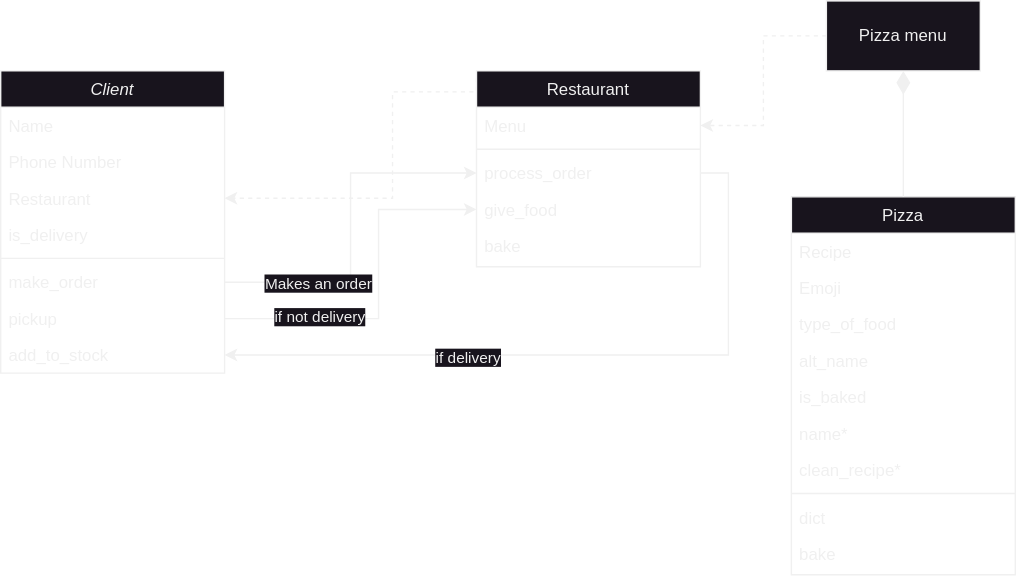
The draw.io diagram pictures/class_diagram.svg in pyrogn/pizza_test, before a commit. Source tidied: cells renumbered, new cells last; positions are measured from the earlier drawing's top-left corner, leaving out a move shared by most shapes.
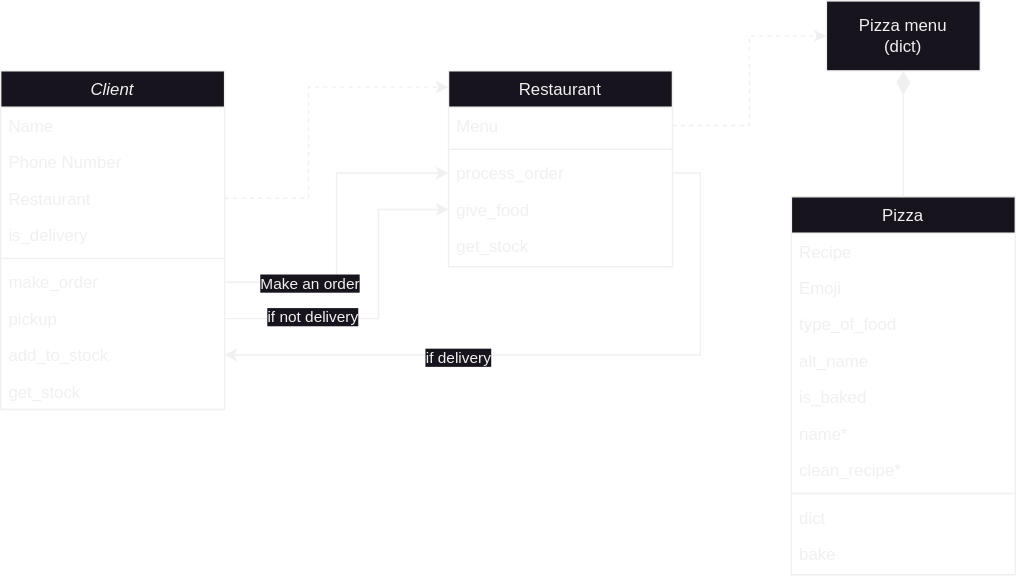
Later version of the same file.

Change to the diagram source:
```diff
@@ -5,11 +5,11 @@
     <mxCell id="2" style="edgeStyle=orthogonalEdgeStyle;rounded=0;jettySize=auto;html=1;entryX=0;entryY=0.5;entryDx=0;entryDy=0;exitX=1;exitY=0.5;exitDx=0;exitDy=0;" parent="1" edge="1" source="10" target="28">
       <mxGeometry relative="1" as="geometry" />
     </mxCell>
-    <mxCell id="3" value="Makes an order" style="edgeLabel;html=1;align=center;verticalAlign=middle;" parent="2" vertex="1">
+    <mxCell id="3" value="Make&amp;nbsp;an order" style="edgeLabel;html=1;align=center;verticalAlign=middle;" parent="2" vertex="1">
       <mxGeometry x="-0.49" relative="1" as="geometry" />
     </mxCell>
     <mxCell id="4" value="Client" style="swimlane;fontStyle=2;align=center;verticalAlign=top;horizontal=1;startSize=26;rounded=0;shadow=0;strokeWidth=1;" parent="1" vertex="1">
-      <mxGeometry y="50" width="160" height="216" as="geometry" />
+      <mxGeometry y="50" width="160" height="242" as="geometry" />
     </mxCell>
     <mxCell id="5" value="Name" style="text;align=left;verticalAlign=top;spacingLeft=4;spacingRight=4;overflow=hidden;" parent="4" vertex="1">
       <mxGeometry y="26" width="160" height="26" as="geometry" />
@@ -35,6 +35,9 @@
     <mxCell id="12" value="add_to_stock" style="text;align=left;verticalAlign=top;spacingLeft=4;spacingRight=4;overflow=hidden;points=[[0,0.5],[1,0.5]];portConstraint=eastwest;" parent="4" vertex="1">
       <mxGeometry y="190" width="160" height="26" as="geometry" />
     </mxCell>
+    <mxCell id="38" value="get_stock" style="text;align=left;verticalAlign=top;spacingLeft=4;spacingRight=4;overflow=hidden;" parent="4" vertex="1">
+      <mxGeometry y="216" width="160" height="26" as="geometry" />
+    </mxCell>
     <mxCell id="13" value="Pizza" style="swimlane;fontStyle=0;align=center;verticalAlign=top;horizontal=1;startSize=26;rounded=0;shadow=0;strokeWidth=1;" parent="1" vertex="1">
       <mxGeometry x="565" y="140" width="160" height="270" as="geometry" />
     </mxCell>
@@ -68,16 +71,8 @@
     <mxCell id="23" value="bake" style="text;align=left;verticalAlign=top;spacingLeft=4;spacingRight=4;overflow=hidden;" parent="13" vertex="1">
       <mxGeometry y="242" width="160" height="26" as="geometry" />
     </mxCell>
-    <mxCell id="24" style="edgeStyle=orthogonalEdgeStyle;rounded=0;jettySize=auto;html=1;entryX=1;entryY=0.5;entryDx=0;entryDy=0;dashed=1;exitX=0;exitY=0.037;exitDx=0;exitDy=0;exitPerimeter=0;" parent="1" edge="1" source="25" target="7">
-      <mxGeometry relative="1" as="geometry">
-        <Array as="points">
-          <mxPoint x="280" y="65" />
-          <mxPoint x="280" y="141" />
-        </Array>
-      </mxGeometry>
-    </mxCell>
     <mxCell id="25" value="Restaurant" style="swimlane;fontStyle=0;align=center;verticalAlign=top;horizontal=1;startSize=26;rounded=0;shadow=0;strokeWidth=1;" parent="1" vertex="1">
-      <mxGeometry x="340" y="50" width="160" height="140" as="geometry" />
+      <mxGeometry x="320" y="50" width="160" height="140" as="geometry" />
     </mxCell>
     <mxCell id="26" value="Menu" style="text;align=left;verticalAlign=top;spacingLeft=4;spacingRight=4;overflow=hidden;points=[[0,0.5],[1,0.5]];portConstraint=eastwest;" parent="25" vertex="1">
       <mxGeometry y="26" width="160" height="26" as="geometry" />
@@ -91,13 +86,10 @@
     <mxCell id="29" value="give_food" style="text;align=left;verticalAlign=top;spacingLeft=4;spacingRight=4;overflow=hidden;points=[[0,0.5],[1,0.5]];portConstraint=eastwest;" parent="25" vertex="1">
       <mxGeometry y="86" width="160" height="26" as="geometry" />
     </mxCell>
-    <mxCell id="30" value="bake" style="text;align=left;verticalAlign=top;spacingLeft=4;spacingRight=4;overflow=hidden;" parent="25" vertex="1">
+    <mxCell id="30" value="get_stock" style="text;align=left;verticalAlign=top;spacingLeft=4;spacingRight=4;overflow=hidden;" parent="25" vertex="1">
       <mxGeometry y="112" width="160" height="26" as="geometry" />
     </mxCell>
-    <mxCell id="31" style="edgeStyle=orthogonalEdgeStyle;rounded=0;jettySize=auto;html=1;exitX=0;exitY=0.5;exitDx=0;exitDy=0;entryX=1;entryY=0.5;entryDx=0;entryDy=0;dashed=1;" parent="1" edge="1" source="32" target="26">
-      <mxGeometry relative="1" as="geometry" />
-    </mxCell>
-    <mxCell id="32" value="Pizza menu" style="html=1;whiteSpace=wrap;" parent="1" vertex="1">
+    <mxCell id="32" value="Pizza menu&lt;br&gt;(dict)" style="html=1;whiteSpace=wrap;" parent="1" vertex="1">
       <mxGeometry x="590" width="110" height="50" as="geometry" />
     </mxCell>
     <mxCell id="33" style="endArrow=none;html=1;endSize=12;startArrow=diamondThin;startSize=14;startFill=1;edgeStyle=orthogonalEdgeStyle;align=left;verticalAlign=bottom;rounded=0;exitX=0.5;exitY=1;exitDx=0;exitDy=0;entryX=0.5;entryY=0;entryDx=0;entryDy=0;endFill=0;" parent="1" edge="1" source="32" target="13">
@@ -120,5 +112,16 @@
     <mxCell id="37" value="if not delivery" style="edgeLabel;html=1;align=center;verticalAlign=middle;" parent="36" vertex="1">
       <mxGeometry x="-0.48" y="2" relative="1" as="geometry" />
     </mxCell>
+    <mxCell id="24" style="edgeStyle=orthogonalEdgeStyle;rounded=0;jettySize=auto;html=1;dashed=1;exitX=1;exitY=0.5;exitDx=0;exitDy=0;entryX=0;entryY=0.083;entryDx=0;entryDy=0;entryPerimeter=0;" parent="1" edge="1" source="7" target="25">
+      <mxGeometry relative="1" as="geometry">
+        <Array as="points">
+          <mxPoint x="220" y="141" />
+          <mxPoint x="220" y="62" />
+        </Array>
+      </mxGeometry>
+    </mxCell>
+    <mxCell id="31" style="edgeStyle=orthogonalEdgeStyle;rounded=0;jettySize=auto;html=1;exitX=1;exitY=0.5;exitDx=0;exitDy=0;entryX=0;entryY=0.5;entryDx=0;entryDy=0;dashed=1;" parent="1" edge="1" source="26" target="32">
+      <mxGeometry relative="1" as="geometry" />
+    </mxCell>
   </root>
 </mxGraphModel>
```
